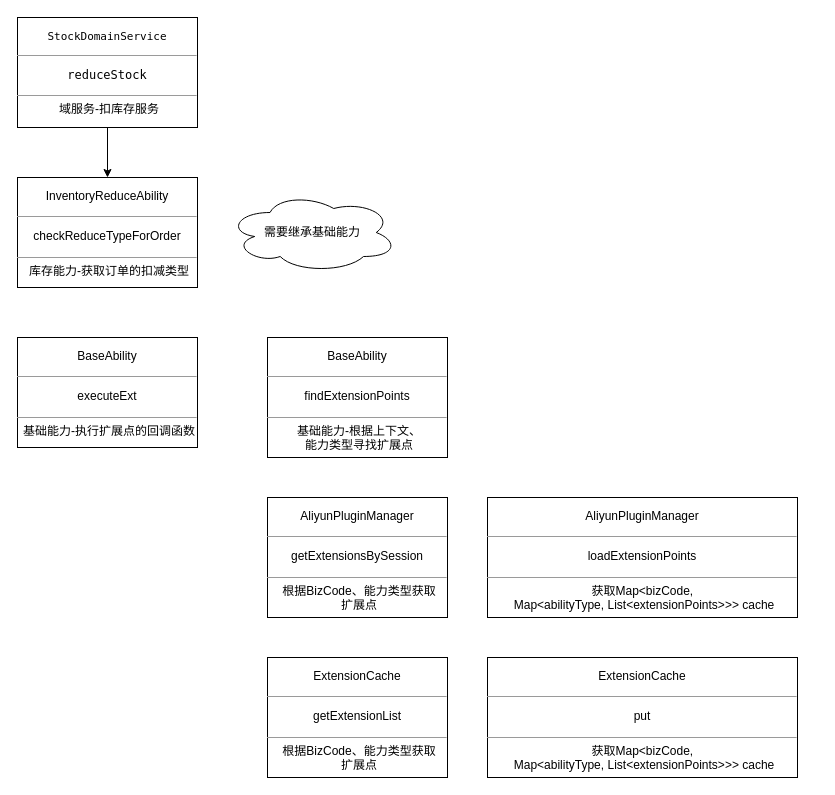
Watermelon12345/simple-java-maven-app keeps this draw.io diagram as page "Page-2" (2 of 2) of Untitled Diagram.drawio. Above is the earlier version. Source tidied: cells renumbered, new cells numbered last; positions are measured from the earlier drawing's top-left corner, leaving out a move shared by most shapes. Both pictures are drawn from the tidied source at 100%, with x=0, y=0 at pixel (17, 17).
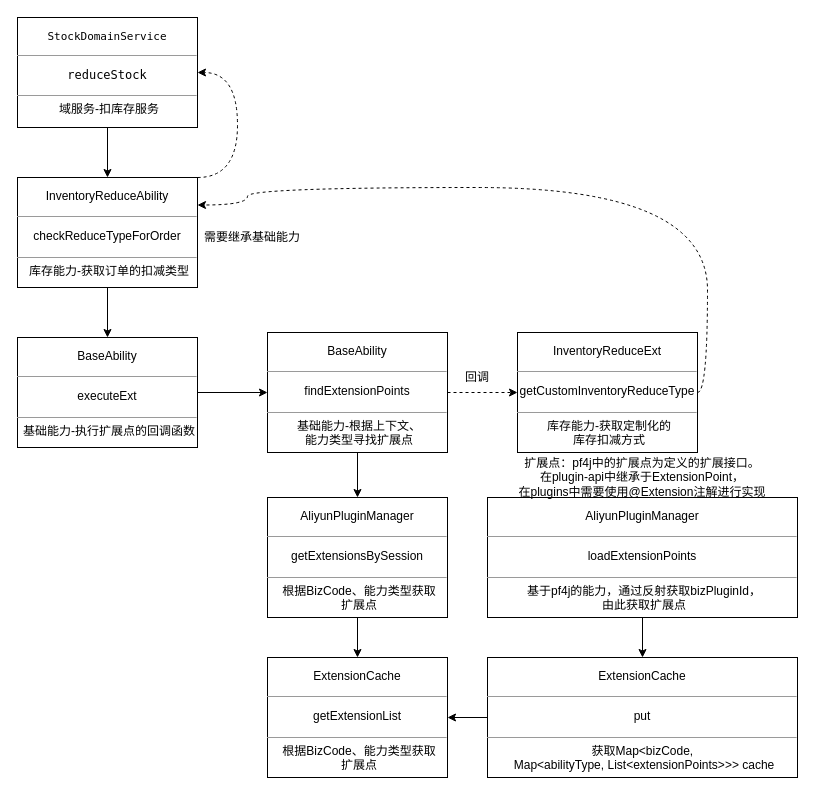
The same diagram, later.

The change refers to these unchanged cells:
```xml
<mxCell id="3" value="&lt;pre style=&quot;text-align: center ; font-family: &amp;#34;menlo&amp;#34; , monospace&quot;&gt;&lt;font style=&quot;font-size: 11px&quot;&gt;StockDomainService&lt;/font&gt;&lt;/pre&gt;&lt;hr size=&quot;1&quot; style=&quot;text-align: center&quot;&gt;&lt;pre style=&quot;text-align: center ; font-family: &amp;#34;menlo&amp;#34; , monospace&quot;&gt;&lt;font style=&quot;font-size: 12px&quot;&gt;reduceStock&lt;/font&gt;&lt;/pre&gt;&lt;hr size=&quot;1&quot;&gt;&lt;p style=&quot;text-align: center ; margin: 0px 0px 0px 4px&quot;&gt;域服务-扣库存服务&lt;/p&gt;" style="verticalAlign=top;align=left;overflow=fill;fontSize=12;fontFamily=Helvetica;html=1;rounded=0;shadow=0;comic=0;labelBackgroundColor=none;strokeWidth=1;" parent="1" vertex="1">
  <mxGeometry width="180" height="110" as="geometry" />
</mxCell>
<mxCell id="4" value="&lt;pre style=&quot;text-align: center&quot;&gt;&lt;pre&gt;&lt;span style=&quot;background-color: rgb(255 , 255 , 255)&quot;&gt;&lt;font style=&quot;font-size: 12px&quot; face=&quot;Helvetica&quot;&gt;InventoryReduceAbility&lt;/font&gt;&lt;/span&gt;&lt;/pre&gt;&lt;/pre&gt;&lt;hr size=&quot;1&quot; style=&quot;text-align: center&quot;&gt;&lt;pre style=&quot;text-align: center&quot;&gt;&lt;font face=&quot;Helvetica&quot;&gt;checkReduceTypeForOrder&lt;/font&gt;&lt;/pre&gt;&lt;hr size=&quot;1&quot;&gt;&lt;p style=&quot;text-align: center ; margin: 0px 0px 0px 4px&quot;&gt;库存能力-获取订单的扣减类型&lt;/p&gt;" style="verticalAlign=top;align=left;overflow=fill;fontSize=12;fontFamily=Helvetica;html=1;rounded=0;shadow=0;comic=0;labelBackgroundColor=none;strokeWidth=1;" parent="1" vertex="1">
  <mxGeometry y="160" width="180" height="110" as="geometry" />
</mxCell>
<mxCell id="5" value="&lt;pre style=&quot;text-align: center&quot;&gt;&lt;pre&gt;&lt;span style=&quot;background-color: rgb(255 , 255 , 255)&quot;&gt;&lt;font style=&quot;font-size: 12px&quot; face=&quot;Helvetica&quot;&gt;BaseAbility&lt;/font&gt;&lt;/span&gt;&lt;/pre&gt;&lt;/pre&gt;&lt;hr size=&quot;1&quot; style=&quot;text-align: center&quot;&gt;&lt;pre style=&quot;text-align: center&quot;&gt;&lt;font face=&quot;Helvetica&quot;&gt;executeExt&lt;/font&gt;&lt;/pre&gt;&lt;hr size=&quot;1&quot;&gt;&lt;p style=&quot;text-align: center ; margin: 0px 0px 0px 4px&quot;&gt;基础能力-执行扩展点的回调函数&lt;/p&gt;" style="verticalAlign=top;align=left;overflow=fill;fontSize=12;fontFamily=Helvetica;html=1;rounded=0;shadow=0;comic=0;labelBackgroundColor=none;strokeWidth=1;" parent="1" vertex="1">
  <mxGeometry y="320" width="180" height="110" as="geometry" />
</mxCell>
<mxCell id="8" value="&lt;pre&gt;&lt;pre&gt;&lt;font face=&quot;Helvetica&quot;&gt;&lt;span style=&quot;background-color: rgb(255 , 255 , 255)&quot;&gt;AliyunPluginManager&lt;/span&gt;&lt;/font&gt;&lt;/pre&gt;&lt;/pre&gt;&lt;hr size=&quot;1&quot;&gt;&lt;pre&gt;&lt;font face=&quot;helvetica&quot;&gt;getExtensionsBySession&lt;/font&gt;&lt;/pre&gt;&lt;hr size=&quot;1&quot;&gt;&lt;p style=&quot;margin: 0px 0px 0px 4px&quot;&gt;根据BizCode、能力类型获取&lt;/p&gt;&lt;p style=&quot;margin: 0px 0px 0px 4px&quot;&gt;扩展点&lt;/p&gt;" style="verticalAlign=top;align=center;overflow=fill;fontSize=12;fontFamily=Helvetica;html=1;rounded=0;shadow=0;comic=0;labelBackgroundColor=none;strokeWidth=1;" parent="1" vertex="1">
  <mxGeometry x="250" y="480" width="180" height="120" as="geometry" />
</mxCell>
<mxCell id="9" value="&lt;pre&gt;&lt;pre&gt;&lt;font face=&quot;Helvetica&quot;&gt;&lt;span style=&quot;background-color: rgb(255 , 255 , 255)&quot;&gt;ExtensionCache&lt;/span&gt;&lt;/font&gt;&lt;/pre&gt;&lt;/pre&gt;&lt;hr size=&quot;1&quot;&gt;&lt;pre&gt;&lt;font face=&quot;helvetica&quot;&gt;getExtensionList&lt;/font&gt;&lt;/pre&gt;&lt;hr size=&quot;1&quot;&gt;&lt;p style=&quot;margin: 0px 0px 0px 4px&quot;&gt;根据BizCode、能力类型获取&lt;/p&gt;&lt;p style=&quot;margin: 0px 0px 0px 4px&quot;&gt;扩展点&lt;/p&gt;" style="verticalAlign=top;align=center;overflow=fill;fontSize=12;fontFamily=Helvetica;html=1;rounded=0;shadow=0;comic=0;labelBackgroundColor=none;strokeWidth=1;" parent="1" vertex="1">
  <mxGeometry x="250" y="640" width="180" height="120" as="geometry" />
</mxCell>
<mxCell id="10" value="&lt;pre&gt;&lt;pre&gt;&lt;font face=&quot;Helvetica&quot;&gt;&lt;span style=&quot;background-color: rgb(255 , 255 , 255)&quot;&gt;ExtensionCache&lt;/span&gt;&lt;/font&gt;&lt;/pre&gt;&lt;/pre&gt;&lt;hr size=&quot;1&quot;&gt;&lt;pre&gt;&lt;font face=&quot;helvetica&quot;&gt;put&lt;/font&gt;&lt;/pre&gt;&lt;hr size=&quot;1&quot;&gt;&lt;p style=&quot;margin: 0px 0px 0px 4px&quot;&gt;获取Map&amp;lt;bizCode,&amp;nbsp;&lt;/p&gt;&lt;p style=&quot;margin: 0px 0px 0px 4px&quot;&gt;&lt;span&gt;Map&amp;lt;abilityType, List&amp;lt;extensionPoints&amp;gt;&amp;gt;&amp;gt; cache&lt;/span&gt;&lt;/p&gt;" style="verticalAlign=top;align=center;overflow=fill;fontSize=12;fontFamily=Helvetica;html=1;rounded=0;shadow=0;comic=0;labelBackgroundColor=none;strokeWidth=1;" parent="1" vertex="1">
  <mxGeometry x="470" y="640" width="310" height="120" as="geometry" />
</mxCell>
```

The edit, as a diff of the source:
```diff
@@
+    <mxCell id="12" style="edgeStyle=orthogonalEdgeStyle;rounded=0;jettySize=auto;html=1;exitX=0.5;exitY=1;exitDx=0;exitDy=0;" parent="1" edge="1" source="4" target="5">
+      <mxGeometry relative="1" as="geometry" />
+    </mxCell>
+    <mxCell id="13" style="edgeStyle=orthogonalEdgeStyle;curved=1;rounded=0;jettySize=auto;html=1;exitX=1;exitY=0;exitDx=0;exitDy=0;entryX=1;entryY=0.5;entryDx=0;entryDy=0;dashed=1;" parent="1" edge="1" source="4" target="3">
+      <mxGeometry relative="1" as="geometry">
+        <Array as="points">
+          <mxPoint x="220" y="160" />
+          <mxPoint x="220" y="55" />
+        </Array>
+      </mxGeometry>
+    </mxCell>
@@
+    <mxCell id="14" style="edgeStyle=orthogonalEdgeStyle;rounded=0;jettySize=auto;html=1;exitX=1;exitY=0.5;exitDx=0;exitDy=0;entryX=0;entryY=0.5;entryDx=0;entryDy=0;" parent="1" edge="1" source="5" target="7">
+      <mxGeometry relative="1" as="geometry" />
+    </mxCell>
@@
-    <mxCell id="6" value="&lt;span&gt;需要继承基础能力&lt;/span&gt;" style="ellipse;shape=cloud;whiteSpace=wrap;html=1;" parent="1" vertex="1">
-      <mxGeometry x="210" y="175" width="170" height="80" as="geometry" />
-    </mxCell>
+    <mxCell id="15" style="edgeStyle=orthogonalEdgeStyle;rounded=0;jettySize=auto;html=1;exitX=0.5;exitY=1;exitDx=0;exitDy=0;entryX=0.5;entryY=0;entryDx=0;entryDy=0;" parent="1" edge="1" source="7" target="8">
+      <mxGeometry relative="1" as="geometry" />
+    </mxCell>
+    <mxCell id="16" style="edgeStyle=orthogonalEdgeStyle;rounded=0;jettySize=auto;html=1;exitX=1;exitY=0.5;exitDx=0;exitDy=0;entryX=0;entryY=0.5;entryDx=0;entryDy=0;dashed=1;" parent="1" edge="1" source="7" target="21">
+      <mxGeometry relative="1" as="geometry" />
+    </mxCell>
     <mxCell id="7" value="&lt;pre&gt;&lt;pre&gt;&lt;span style=&quot;background-color: rgb(255 , 255 , 255)&quot;&gt;&lt;font style=&quot;font-size: 12px&quot; face=&quot;Helvetica&quot;&gt;BaseAbility&lt;/font&gt;&lt;/span&gt;&lt;/pre&gt;&lt;/pre&gt;&lt;hr size=&quot;1&quot;&gt;&lt;pre&gt;&lt;span style=&quot;font-family: &amp;#34;helvetica&amp;#34;&quot;&gt;findExtensionPoints&lt;/span&gt;&lt;br&gt;&lt;/pre&gt;&lt;hr size=&quot;1&quot;&gt;&lt;p style=&quot;margin: 0px 0px 0px 4px&quot;&gt;基础能力-根据上下文、&lt;/p&gt;&lt;p style=&quot;margin: 0px 0px 0px 4px&quot;&gt;能力类型寻找扩展点&lt;/p&gt;" style="verticalAlign=top;align=center;overflow=fill;fontSize=12;fontFamily=Helvetica;html=1;rounded=0;shadow=0;comic=0;labelBackgroundColor=none;strokeWidth=1;" parent="1" vertex="1">
-      <mxGeometry x="250" y="320" width="180" height="120" as="geometry" />
+      <mxGeometry x="250" y="315" width="180" height="120" as="geometry" />
     </mxCell>
+    <mxCell id="17" style="edgeStyle=orthogonalEdgeStyle;rounded=0;jettySize=auto;html=1;exitX=0.5;exitY=1;exitDx=0;exitDy=0;entryX=0.5;entryY=0;entryDx=0;entryDy=0;" parent="1" edge="1" source="8" target="9">
+      <mxGeometry relative="1" as="geometry" />
+    </mxCell>
@@
+    <mxCell id="18" style="edgeStyle=orthogonalEdgeStyle;rounded=0;jettySize=auto;html=1;exitX=0;exitY=0.5;exitDx=0;exitDy=0;" parent="1" edge="1" source="10" target="9">
+      <mxGeometry relative="1" as="geometry" />
+    </mxCell>
@@
+    <mxCell id="19" style="edgeStyle=orthogonalEdgeStyle;rounded=0;jettySize=auto;html=1;exitX=0.5;exitY=1;exitDx=0;exitDy=0;entryX=0.5;entryY=0;entryDx=0;entryDy=0;" parent="1" edge="1" source="11" target="10">
+      <mxGeometry relative="1" as="geometry" />
+    </mxCell>
-    <mxCell id="11" value="&lt;pre&gt;&lt;pre&gt;&lt;font face=&quot;Helvetica&quot;&gt;&lt;span style=&quot;background-color: rgb(255 , 255 , 255)&quot;&gt;AliyunPluginManager&lt;/span&gt;&lt;/font&gt;&lt;/pre&gt;&lt;/pre&gt;&lt;hr size=&quot;1&quot;&gt;&lt;pre&gt;&lt;font face=&quot;helvetica&quot;&gt;loadExtensionPoints&lt;/font&gt;&lt;/pre&gt;&lt;hr size=&quot;1&quot;&gt;&lt;p style=&quot;margin: 0px 0px 0px 4px&quot;&gt;获取Map&amp;lt;bizCode,&amp;nbsp;&lt;/p&gt;&lt;p style=&quot;margin: 0px 0px 0px 4px&quot;&gt;&lt;span&gt;Map&amp;lt;abilityType, List&amp;lt;extensionPoints&amp;gt;&amp;gt;&amp;gt; cache&lt;/span&gt;&lt;/p&gt;" style="verticalAlign=top;align=center;overflow=fill;fontSize=12;fontFamily=Helvetica;html=1;rounded=0;shadow=0;comic=0;labelBackgroundColor=none;strokeWidth=1;" parent="1" vertex="1">
+    <mxCell id="11" value="&lt;pre&gt;&lt;pre&gt;&lt;font face=&quot;Helvetica&quot;&gt;&lt;span style=&quot;background-color: rgb(255 , 255 , 255)&quot;&gt;AliyunPluginManager&lt;/span&gt;&lt;/font&gt;&lt;/pre&gt;&lt;/pre&gt;&lt;hr size=&quot;1&quot;&gt;&lt;pre&gt;&lt;font face=&quot;helvetica&quot;&gt;loadExtensionPoints&lt;/font&gt;&lt;/pre&gt;&lt;hr size=&quot;1&quot;&gt;&lt;p style=&quot;margin: 0px 0px 0px 4px&quot;&gt;基于pf4j的能力，通过反射获取bizPluginId，&lt;/p&gt;&lt;p style=&quot;margin: 0px 0px 0px 4px&quot;&gt;由此获取扩展点&lt;/p&gt;" style="verticalAlign=top;align=center;overflow=fill;fontSize=12;fontFamily=Helvetica;html=1;rounded=0;shadow=0;comic=0;labelBackgroundColor=none;strokeWidth=1;" parent="1" vertex="1">
       <mxGeometry x="470" y="480" width="310" height="120" as="geometry" />
     </mxCell>
+    <mxCell id="20" style="edgeStyle=orthogonalEdgeStyle;rounded=0;jettySize=auto;html=1;exitX=1;exitY=0.5;exitDx=0;exitDy=0;entryX=1;entryY=0.25;entryDx=0;entryDy=0;dashed=1;curved=1;" parent="1" edge="1" source="21" target="4">
+      <mxGeometry relative="1" as="geometry">
+        <Array as="points">
+          <mxPoint x="690" y="375" />
+          <mxPoint x="690" y="170" />
+          <mxPoint x="230" y="170" />
+          <mxPoint x="230" y="188" />
+        </Array>
+      </mxGeometry>
+    </mxCell>
+    <mxCell id="21" value="&lt;pre&gt;&lt;pre&gt;&lt;font face=&quot;Helvetica&quot;&gt;&lt;span style=&quot;background-color: rgb(255 , 255 , 255)&quot;&gt;InventoryReduceExt&lt;/span&gt;&lt;/font&gt;&lt;/pre&gt;&lt;/pre&gt;&lt;hr size=&quot;1&quot;&gt;&lt;pre&gt;&lt;font face=&quot;helvetica&quot;&gt;getCustomInventoryReduceType&lt;/font&gt;&lt;/pre&gt;&lt;hr size=&quot;1&quot;&gt;&lt;p style=&quot;margin: 0px 0px 0px 4px&quot;&gt;库存能力-获取定制化的&lt;/p&gt;&lt;p style=&quot;margin: 0px 0px 0px 4px&quot;&gt;库存扣减方式&lt;/p&gt;" style="verticalAlign=top;align=center;overflow=fill;fontSize=12;fontFamily=Helvetica;html=1;rounded=0;shadow=0;comic=0;labelBackgroundColor=none;strokeWidth=1;" parent="1" vertex="1">
+      <mxGeometry x="500" y="315" width="180" height="120" as="geometry" />
+    </mxCell>
+    <mxCell id="22" value="回调" style="text;html=1;strokeColor=none;fillColor=none;align=center;verticalAlign=middle;whiteSpace=wrap;rounded=0;" parent="1" vertex="1">
+      <mxGeometry x="440" y="350" width="40" height="20" as="geometry" />
+    </mxCell>
+    <mxCell id="6" value="需要继承基础能力" style="text;html=1;strokeColor=none;fillColor=none;align=center;verticalAlign=middle;whiteSpace=wrap;rounded=0;" parent="1" vertex="1">
+      <mxGeometry x="180" y="210" width="110" height="20" as="geometry" />
+    </mxCell>
+    <mxCell id="23" value="扩展点：pf4j中的扩展点为定义的扩展接口。&lt;br&gt;在plugin-api中继承于ExtensionPoint，&lt;br&gt;在plugins中需要使用@Extension注解进行实现" style="text;html=1;strokeColor=none;fillColor=none;align=center;verticalAlign=middle;whiteSpace=wrap;rounded=0;" parent="1" vertex="1">
+      <mxGeometry x="450" y="450" width="350" height="20" as="geometry" />
+    </mxCell>
```
